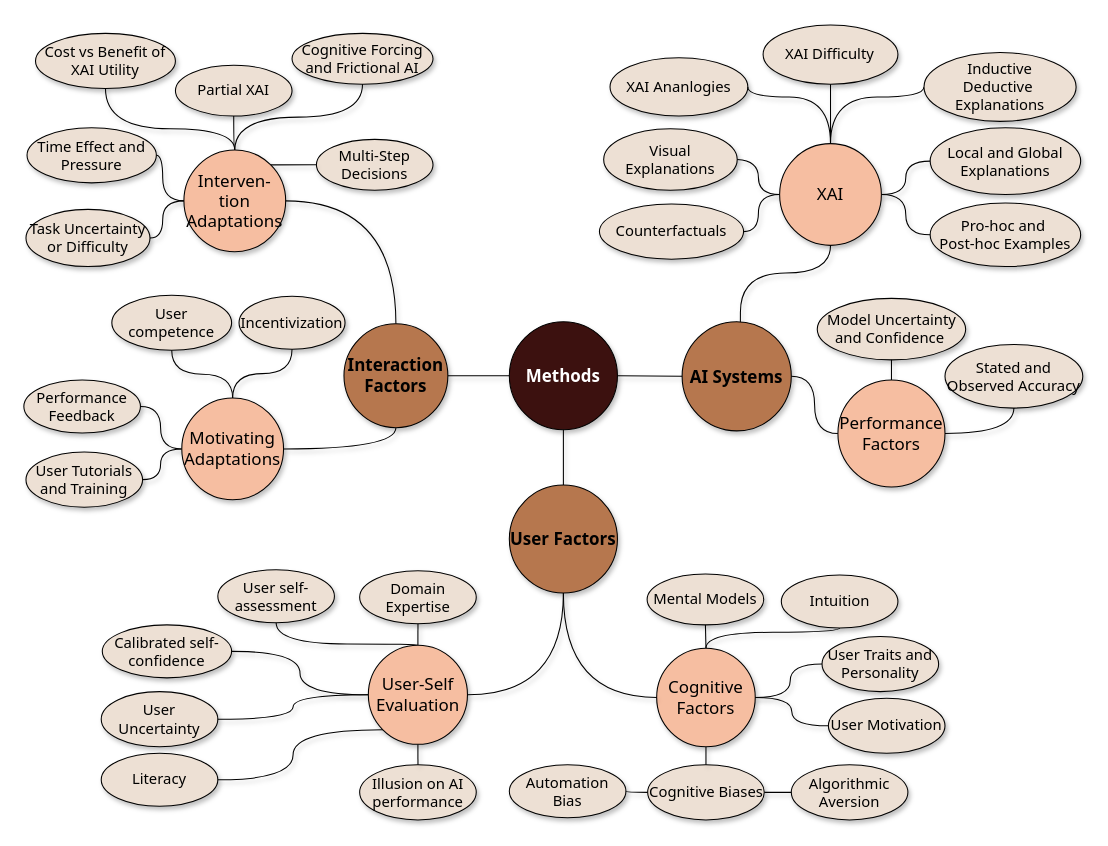
Above: ext/chi-rev-method-overview.drawio in raeeschaudhary/Coursera_Exams (draw.io), before the change. Source tidied: cells renumbered, new cells numbered last; positions are measured from the earlier drawing's top-left corner, leaving out a move shared by most shapes. Both pictures are drawn from the tidied source at 106%, with x=0, y=0 at pixel (23, 24).
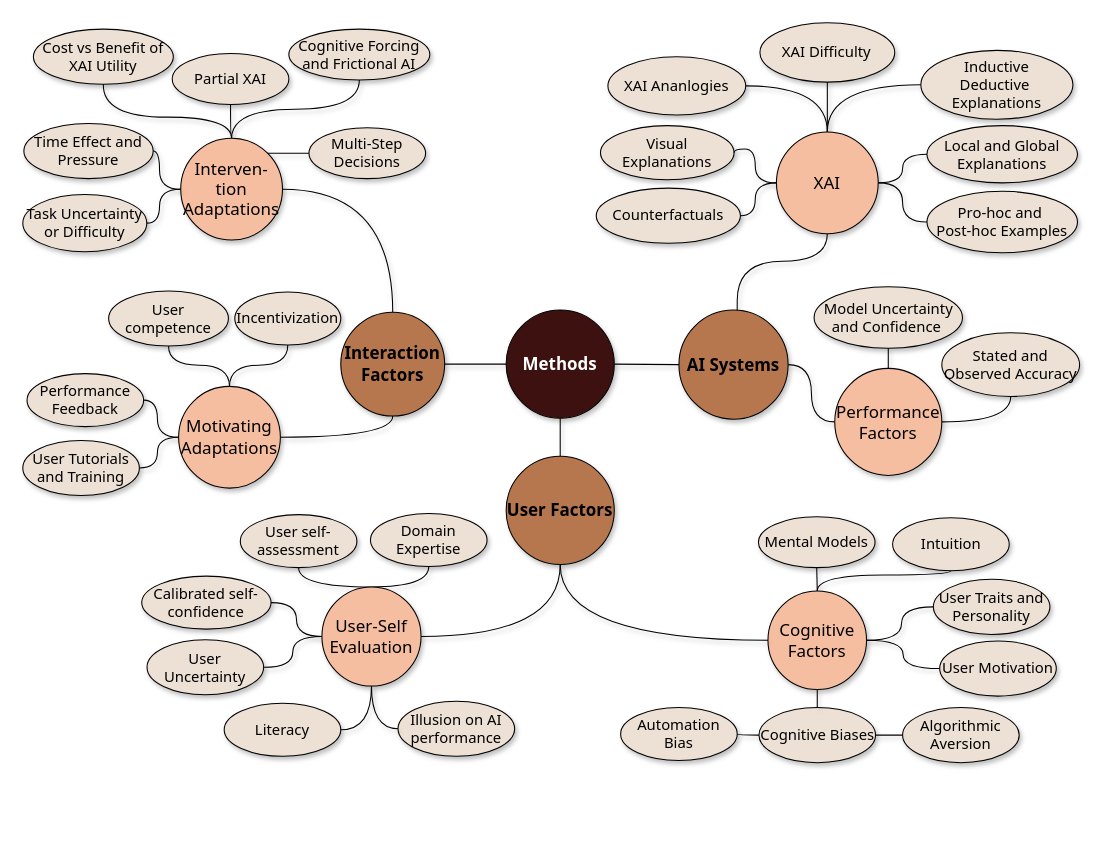
The same page after the edit.

What changed in the source:
```diff
@@
     <mxCell id="2" value="Performance Feedback" style="ellipse;whiteSpace=wrap;html=1;fontFamily=Tahoma;fontSize=14;fillColor=#EDE0D4;shadow=1;" parent="1" vertex="1">
-      <mxGeometry y="335" width="110" height="50" as="geometry" />
+      <mxGeometry x="3" y="329" width="110" height="50" as="geometry" />
     </mxCell>
     <mxCell id="3" value="Incentivization" style="ellipse;whiteSpace=wrap;html=1;fontFamily=Tahoma;fontSize=14;fillColor=#EDE0D4;shadow=1;" parent="1" vertex="1">
-      <mxGeometry x="203" y="256" width="100" height="50" as="geometry" />
+      <mxGeometry x="199" y="252" width="100" height="50" as="geometry" />
     </mxCell>
     <mxCell id="4" value="Local and Global Explanations" style="ellipse;whiteSpace=wrap;html=1;fontFamily=Tahoma;fontSize=14;fillColor=#EDE0D4;shadow=1;" parent="1" vertex="1">
-      <mxGeometry x="855" y="97" width="142" height="63" as="geometry" />
+      <mxGeometry x="852" y="95" width="142" height="54" as="geometry" />
     </mxCell>
     <mxCell id="5" value="Automation Bias" style="ellipse;whiteSpace=wrap;html=1;fontFamily=Tahoma;fontSize=14;fillColor=#EDE0D4;shadow=1;" parent="1" vertex="1">
-      <mxGeometry x="458" y="698" width="110" height="50" as="geometry" />
+      <mxGeometry x="563" y="644" width="110" height="50" as="geometry" />
     </mxCell>
     <mxCell id="6" value="Algorithmic Aversion" style="ellipse;whiteSpace=wrap;html=1;fontFamily=Tahoma;fontSize=14;fillColor=#EDE0D4;shadow=1;" parent="1" vertex="1">
-      <mxGeometry x="724" y="698" width="110" height="52" as="geometry" />
+      <mxGeometry x="829" y="644" width="110" height="52" as="geometry" />
     </mxCell>
     <mxCell id="7" value="Visual&lt;br&gt;&lt;div&gt;Explanations&lt;/div&gt;" style="ellipse;whiteSpace=wrap;html=1;fontFamily=Tahoma;fontSize=14;fillColor=#EDE0D4;shadow=1;" parent="1" vertex="1">
-      <mxGeometry x="547" y="98" width="126" height="58" as="geometry" />
+      <mxGeometry x="544" y="95" width="126" height="51" as="geometry" />
     </mxCell>
     <mxCell id="8" value="Cognitive Forcing and Frictional AI" style="ellipse;whiteSpace=wrap;html=1;fontFamily=Tahoma;fontSize=14;fillColor=#EDE0D4;shadow=1;" parent="1" vertex="1">
-      <mxGeometry x="253" y="8" width="133" height="48" as="geometry" />
+      <mxGeometry x="250" y="4" width="133" height="48" as="geometry" />
     </mxCell>
     <mxCell id="9" value="User Tutorials and Training" style="ellipse;whiteSpace=wrap;html=1;fontFamily=Tahoma;fontSize=14;fillColor=#EDE0D4;shadow=1;" parent="1" vertex="1">
-      <mxGeometry x="2" y="403" width="110" height="52" as="geometry" />
+      <mxGeometry x="-1" y="392" width="110" height="52" as="geometry" />
     </mxCell>
     <mxCell id="10" value="Multi-Step Decisions" style="ellipse;whiteSpace=wrap;html=1;fontFamily=Tahoma;fontSize=14;fillColor=#EDE0D4;shadow=1;" parent="1" vertex="1">
-      <mxGeometry x="276" y="108" width="110" height="48" as="geometry" />
+      <mxGeometry x="269" y="97" width="110" height="48" as="geometry" />
     </mxCell>
     <mxCell id="11" value="Time Effect and Pressure" style="ellipse;whiteSpace=wrap;html=1;fontFamily=Tahoma;fontSize=14;fillColor=#EDE0D4;shadow=1;" parent="1" vertex="1">
-      <mxGeometry x="3" y="97" width="122" height="52" as="geometry" />
+      <mxGeometry y="93" width="122" height="52" as="geometry" />
     </mxCell>
     <mxCell id="12" value="Literacy" style="ellipse;whiteSpace=wrap;html=1;fontFamily=Tahoma;fontSize=14;fillColor=#EDE0D4;shadow=1;" parent="1" vertex="1">
-      <mxGeometry x="73" y="687.2" width="110" height="50" as="geometry" />
+      <mxGeometry x="189" y="640" width="110" height="50" as="geometry" />
     </mxCell>
     <mxCell id="13" value="Domain Expertise" style="ellipse;whiteSpace=wrap;html=1;fontFamily=Tahoma;fontSize=14;fillColor=#EDE0D4;shadow=1;" parent="1" vertex="1">
-      <mxGeometry x="316.8" y="515" width="110" height="50" as="geometry" />
+      <mxGeometry x="327" y="461" width="110" height="50" as="geometry" />
     </mxCell>
@@
     <mxCell id="15" value="Cognitive Biases" style="ellipse;whiteSpace=wrap;html=1;fontFamily=Tahoma;fontSize=14;fillColor=#EDE0D4;shadow=1;" parent="1" vertex="1">
-      <mxGeometry x="588.5" y="698" width="110" height="52" as="geometry" />
+      <mxGeometry x="693.5" y="644" width="110" height="52" as="geometry" />
     </mxCell>
     <mxCell id="16" value="Mental Models" style="ellipse;whiteSpace=wrap;html=1;fontFamily=Tahoma;fontSize=14;fillColor=#EDE0D4;shadow=1;" parent="1" vertex="1">
-      <mxGeometry x="588" y="518" width="110" height="48" as="geometry" />
+      <mxGeometry x="693" y="464" width="110" height="48" as="geometry" />
     </mxCell>
     <mxCell id="17" value="Pro-hoc and&amp;nbsp;&lt;div&gt;Post-hoc Examples&lt;/div&gt;" style="ellipse;whiteSpace=wrap;html=1;fontFamily=Tahoma;fontSize=14;fillColor=#EDE0D4;shadow=1;" parent="1" vertex="1">
-      <mxGeometry x="855" y="168" width="142" height="60" as="geometry" />
+      <mxGeometry x="852" y="157" width="142" height="58" as="geometry" />
     </mxCell>
     <mxCell id="18" value="User Motivation" style="ellipse;whiteSpace=wrap;html=1;fontFamily=Tahoma;fontSize=14;fillColor=#EDE0D4;shadow=1;" parent="1" vertex="1">
-      <mxGeometry x="759" y="635.2" width="110" height="52" as="geometry" />
+      <mxGeometry x="864" y="581.2" width="110" height="52" as="geometry" />
     </mxCell>
     <mxCell id="19" value="Cost vs Benefit of XAI Utility" style="ellipse;whiteSpace=wrap;html=1;fontFamily=Tahoma;fontSize=14;fillColor=#EDE0D4;shadow=1;" parent="1" vertex="1">
-      <mxGeometry x="11" y="8" width="132" height="52" as="geometry" />
+      <mxGeometry x="9" y="4" width="132" height="52" as="geometry" />
     </mxCell>
     <mxCell id="20" value="User competence" style="ellipse;whiteSpace=wrap;html=1;fontFamily=Tahoma;fontSize=14;fillColor=#EDE0D4;shadow=1;" parent="1" vertex="1">
-      <mxGeometry x="83" y="255" width="113" height="52" as="geometry" />
+      <mxGeometry x="80" y="251" width="113" height="52" as="geometry" />
     </mxCell>
     <mxCell id="21" value="User self-assessment" style="ellipse;whiteSpace=wrap;html=1;fontFamily=Tahoma;fontSize=14;fillColor=#EDE0D4;shadow=1;" parent="1" vertex="1">
-      <mxGeometry x="183" y="514" width="110" height="50" as="geometry" />
+      <mxGeometry x="204.2" y="462" width="110" height="50" as="geometry" />
     </mxCell>
     <mxCell id="22" value="Illusion on AI performance" style="ellipse;whiteSpace=wrap;html=1;fontFamily=Tahoma;fontSize=14;fillColor=#EDE0D4;shadow=1;" parent="1" vertex="1">
-      <mxGeometry x="316.8" y="698" width="110" height="52" as="geometry" />
+      <mxGeometry x="353" y="638" width="110" height="52" as="geometry" />
     </mxCell>
     <mxCell id="23" value="Stated and Observed Accuracy" style="ellipse;whiteSpace=wrap;html=1;fontFamily=Tahoma;fontSize=14;fillColor=#EDE0D4;shadow=1;" parent="1" vertex="1">
-      <mxGeometry x="869" y="301.5" width="130" height="60" as="geometry" />
+      <mxGeometry x="866" y="290.5" width="130" height="60" as="geometry" />
     </mxCell>
     <mxCell id="24" value="XAI Ananlogies" style="ellipse;whiteSpace=wrap;html=1;fontFamily=Tahoma;fontSize=14;fillColor=#EDE0D4;shadow=1;" parent="1" vertex="1">
-      <mxGeometry x="553" y="31" width="130" height="55" as="geometry" />
+      <mxGeometry x="551" y="30" width="130" height="55" as="geometry" />
     </mxCell>
     <mxCell id="25" value="Intuition" style="ellipse;whiteSpace=wrap;html=1;fontFamily=Tahoma;fontSize=14;fillColor=#EDE0D4;shadow=1;" parent="1" vertex="1">
-      <mxGeometry x="714.6" y="519" width="110" height="50" as="geometry" />
+      <mxGeometry x="819.6" y="465" width="110" height="50" as="geometry" />
     </mxCell>
     <mxCell id="26" value="Model Uncertainty and Confidence&amp;nbsp;" style="ellipse;whiteSpace=wrap;html=1;fontFamily=Tahoma;fontSize=14;fillColor=#EDE0D4;shadow=1;" parent="1" vertex="1">
-      <mxGeometry x="748.5" y="258" width="140" height="58" as="geometry" />
+      <mxGeometry x="745.5" y="247" width="140" height="58" as="geometry" />
     </mxCell>
     <mxCell id="27" value="User Uncertainty" style="ellipse;whiteSpace=wrap;html=1;fontFamily=Tahoma;fontSize=14;fillColor=#EDE0D4;shadow=1;" parent="1" vertex="1">
-      <mxGeometry x="73" y="629" width="110" height="52" as="geometry" />
+      <mxGeometry x="116.2" y="580" width="110" height="52" as="geometry" />
     </mxCell>
     <mxCell id="28" value="XAI Difficulty" style="ellipse;whiteSpace=wrap;html=1;fontFamily=Tahoma;fontSize=14;fillColor=#EDE0D4;shadow=1;" parent="1" vertex="1">
-      <mxGeometry x="697.4" width="127.2" height="56" as="geometry" />
+      <mxGeometry x="694.4" y="-2" width="127.2" height="56" as="geometry" />
     </mxCell>
     <mxCell id="29" value="Calibrated self-confidence" style="ellipse;whiteSpace=wrap;html=1;fontFamily=Tahoma;fontSize=14;fillColor=#EDE0D4;shadow=1;" parent="1" vertex="1">
-      <mxGeometry x="74" y="566" width="122" height="50" as="geometry" />
+      <mxGeometry x="111.2" y="520" width="122" height="50" as="geometry" />
     </mxCell>
     <mxCell id="30" value="Task Uncertainty or Difficulty" style="ellipse;whiteSpace=wrap;html=1;fontFamily=Tahoma;fontSize=14;fillColor=#EDE0D4;shadow=1;" parent="1" vertex="1">
-      <mxGeometry x="2" y="174" width="117" height="54" as="geometry" />
+      <mxGeometry x="-1" y="160" width="117" height="54" as="geometry" />
     </mxCell>
     <mxCell id="31" value="Partial XAI" style="ellipse;whiteSpace=wrap;html=1;fontFamily=Tahoma;fontSize=14;fillColor=#EDE0D4;shadow=1;" parent="1" vertex="1">
-      <mxGeometry x="143" y="38" width="110" height="48" as="geometry" />
+      <mxGeometry x="140" y="27" width="110" height="48" as="geometry" />
     </mxCell>
     <mxCell id="32" value="User Traits and Personality" style="ellipse;whiteSpace=wrap;html=1;fontFamily=Tahoma;fontSize=14;fillColor=#EDE0D4;shadow=1;" parent="1" vertex="1">
-      <mxGeometry x="753" y="577" width="110" height="52" as="geometry" />
+      <mxGeometry x="858" y="523" width="110" height="52" as="geometry" />
     </mxCell>
@@
     <mxCell id="34" style="edgeStyle=orthogonalEdgeStyle;shape=connector;curved=1;rounded=0;jettySize=auto;html=1;exitX=0.5;exitY=0;exitDx=0;exitDy=0;strokeColor=default;align=center;verticalAlign=middle;fontFamily=Helvetica;fontSize=11;fontColor=default;labelBackgroundColor=default;endArrow=none;endFill=0;shadow=1;fillColor=#EDE0D4;entryX=0.5;entryY=1;entryDx=0;entryDy=0;" parent="1" edge="1" source="35" target="81">
       <mxGeometry relative="1" as="geometry">
         <Array as="points">
-          <mxPoint x="673" y="308" />
-          <mxPoint x="676" y="308" />
-          <mxPoint x="676" y="234" />
-          <mxPoint x="761" y="234" />
+          <mxPoint x="670" y="297" />
+          <mxPoint x="673" y="297" />
+          <mxPoint x="673" y="223" />
+          <mxPoint x="758" y="223" />
         </Array>
       </mxGeometry>
     </mxCell>
     <mxCell id="35" value="AI Systems" style="ellipse;whiteSpace=wrap;html=1;fontFamily=Tahoma;fontSize=16;fontStyle=1;fillColor=light-dark(#B6774E,#B9E0A5);strokeColor=light-dark(#000000,#588157);shadow=1;" parent="1" vertex="1">
-      <mxGeometry x="621" y="280" width="103" height="103" as="geometry" />
+      <mxGeometry x="618" y="269" width="103" height="103" as="geometry" />
     </mxCell>
@@
     <mxCell id="38" style="edgeStyle=orthogonalEdgeStyle;shape=connector;curved=1;rounded=0;jettySize=auto;html=1;exitX=0;exitY=0.5;exitDx=0;exitDy=0;strokeColor=default;align=center;verticalAlign=middle;fontFamily=Helvetica;fontSize=11;fontColor=default;labelBackgroundColor=default;endArrow=none;endFill=0;shadow=1;entryX=0.5;entryY=0;entryDx=0;entryDy=0;fillColor=#EDE0D4;" parent="1" edge="1" source="39" target="81">
       <mxGeometry relative="1" as="geometry">
         <Array as="points">
-          <mxPoint x="849" y="68" />
-          <mxPoint x="761" y="68" />
+          <mxPoint x="846" y="57" />
+          <mxPoint x="758" y="57" />
         </Array>
       </mxGeometry>
     </mxCell>
     <mxCell id="39" value="Inductive&lt;div&gt;Deductive&amp;nbsp;&lt;/div&gt;&lt;span style=&quot;background-color: transparent; color: light-dark(rgb(0, 0, 0), rgb(255, 255, 255));&quot;&gt;Explanations&lt;/span&gt;" style="ellipse;whiteSpace=wrap;html=1;fontFamily=Tahoma;fontSize=14;fillColor=#EDE0D4;shadow=1;" parent="1" vertex="1">
-      <mxGeometry x="849.2" y="26" width="143.5" height="65" as="geometry" />
+      <mxGeometry x="846.2" y="24" width="143.5" height="65" as="geometry" />
     </mxCell>
     <mxCell id="40" value="Counterfactuals" style="ellipse;whiteSpace=wrap;html=1;fontFamily=Tahoma;fontSize=14;fillColor=#EDE0D4;shadow=1;" parent="1" vertex="1">
-      <mxGeometry x="543" y="169" width="136" height="52" as="geometry" />
+      <mxGeometry x="540" y="154" width="136" height="52" as="geometry" />
     </mxCell>
@@
     <mxCell id="43" style="edgeStyle=orthogonalEdgeStyle;shape=connector;curved=1;rounded=0;jettySize=auto;html=1;exitX=0.5;exitY=0;exitDx=0;exitDy=0;entryX=0.5;entryY=1;entryDx=0;entryDy=0;strokeColor=default;align=center;verticalAlign=middle;fontFamily=Helvetica;fontSize=11;fontColor=default;labelBackgroundColor=default;endArrow=none;endFill=0;shadow=1;fillColor=#EDE0D4;" parent="1" edge="1" source="45" target="25">
       <mxGeometry relative="1" as="geometry">
         <Array as="points">
-          <mxPoint x="644" y="573" />
-          <mxPoint x="770" y="573" />
+          <mxPoint x="749" y="519" />
+          <mxPoint x="875" y="519" />
         </Array>
       </mxGeometry>
     </mxCell>
@@
     <mxCell id="45" value="Cognitive Factors" style="ellipse;whiteSpace=wrap;html=1;fontFamily=Tahoma;fontSize=16;fillColor=light-dark(#F6BEA1,#A3B18A);shadow=1;" parent="1" vertex="1">
-      <mxGeometry x="597" y="588" width="93" height="93" as="geometry" />
+      <mxGeometry x="702" y="534" width="93" height="93" as="geometry" />
     </mxCell>
     <mxCell id="46" style="edgeStyle=orthogonalEdgeStyle;shape=connector;curved=1;rounded=0;jettySize=auto;html=1;exitX=0.5;exitY=0;exitDx=0;exitDy=0;entryX=0.5;entryY=1;entryDx=0;entryDy=0;strokeColor=default;align=center;verticalAlign=middle;fontFamily=Helvetica;fontSize=11;fontColor=default;labelBackgroundColor=default;endArrow=none;endFill=0;shadow=1;fillColor=#EDE0D4;" parent="1" edge="1" source="52" target="21">
       <mxGeometry relative="1" as="geometry">
         <Array as="points">
-          <mxPoint x="372" y="584" />
-          <mxPoint x="238" y="584" />
+          <mxPoint x="260" y="530" />
         </Array>
       </mxGeometry>
     </mxCell>
@@
     <mxCell id="49" style="edgeStyle=orthogonalEdgeStyle;shape=connector;curved=1;rounded=0;jettySize=auto;html=1;exitX=0.5;exitY=0;exitDx=0;exitDy=0;entryX=0.5;entryY=1;entryDx=0;entryDy=0;strokeColor=default;align=center;verticalAlign=middle;fontFamily=Helvetica;fontSize=11;fontColor=default;labelBackgroundColor=default;endArrow=none;endFill=0;shadow=1;fillColor=#EDE0D4;" parent="1" edge="1" source="52" target="13">
-      <mxGeometry relative="1" as="geometry" />
+      <mxGeometry relative="1" as="geometry">
+        <Array as="points">
+          <mxPoint x="382" y="530" />
+        </Array>
+      </mxGeometry>
     </mxCell>
-    <mxCell id="50" style="edgeStyle=orthogonalEdgeStyle;shape=connector;curved=1;rounded=0;jettySize=auto;html=1;exitX=0.5;exitY=1;exitDx=0;exitDy=0;entryX=0.5;entryY=0;entryDx=0;entryDy=0;strokeColor=default;align=center;verticalAlign=middle;fontFamily=Helvetica;fontSize=11;fontColor=default;labelBackgroundColor=default;endArrow=none;endFill=0;shadow=1;fillColor=#EDE0D4;" parent="1" edge="1" source="52" target="22">
+    <mxCell id="50" style="edgeStyle=orthogonalEdgeStyle;shape=connector;curved=1;rounded=0;jettySize=auto;html=1;exitX=0.5;exitY=1;exitDx=0;exitDy=0;entryX=0;entryY=0.5;entryDx=0;entryDy=0;strokeColor=default;align=center;verticalAlign=middle;fontFamily=Helvetica;fontSize=11;fontColor=default;labelBackgroundColor=default;endArrow=none;endFill=0;shadow=1;fillColor=#EDE0D4;" parent="1" edge="1" source="52" target="22">
       <mxGeometry relative="1" as="geometry" />
     </mxCell>
-    <mxCell id="51" style="edgeStyle=orthogonalEdgeStyle;shape=connector;curved=1;rounded=0;jettySize=auto;html=1;exitX=0;exitY=1;exitDx=0;exitDy=0;entryX=1;entryY=0.5;entryDx=0;entryDy=0;strokeColor=default;align=center;verticalAlign=middle;fontFamily=Helvetica;fontSize=11;fontColor=default;labelBackgroundColor=default;endArrow=none;endFill=0;shadow=1;fillColor=#EDE0D4;" parent="1" edge="1" source="52" target="12">
-      <mxGeometry relative="1" as="geometry" />
-    </mxCell>
     <mxCell id="52" value="User-Self Evaluation" style="ellipse;whiteSpace=wrap;html=1;fontFamily=Tahoma;fontSize=16;fillColor=light-dark(#F6BEA1,#A3B18A);shadow=1;" parent="1" vertex="1">
-      <mxGeometry x="325" y="585.2" width="93.5" height="93.5" as="geometry" />
+      <mxGeometry x="281.2" y="530.2" width="93.5" height="93.5" as="geometry" />
     </mxCell>
@@
     <mxCell id="57" value="Motivating Adaptations" style="ellipse;whiteSpace=wrap;html=1;fontFamily=Tahoma;fontSize=16;fillColor=#F6BEA1;shadow=1;" parent="1" vertex="1">
-      <mxGeometry x="149" y="352" width="96" height="96" as="geometry" />
+      <mxGeometry x="146" y="341" width="96" height="96" as="geometry" />
     </mxCell>
@@
     <mxCell id="61" style="edgeStyle=orthogonalEdgeStyle;shape=connector;curved=1;rounded=0;jettySize=auto;html=1;exitX=0.5;exitY=0;exitDx=0;exitDy=0;entryX=0.5;entryY=1;entryDx=0;entryDy=0;strokeColor=default;align=center;verticalAlign=middle;fontFamily=Helvetica;fontSize=11;fontColor=default;labelBackgroundColor=default;endArrow=none;endFill=0;shadow=1;fillColor=#EDE0D4;" parent="1" edge="1" source="62" target="19">
       <mxGeometry relative="1" as="geometry">
         <Array as="points">
-          <mxPoint x="199" y="98" />
-          <mxPoint x="77" y="98" />
+          <mxPoint x="196" y="87" />
+          <mxPoint x="74" y="87" />
         </Array>
       </mxGeometry>
     </mxCell>
     <mxCell id="62" value="Interven-&lt;div&gt;tion Adaptations&lt;/div&gt;" style="ellipse;whiteSpace=wrap;html=1;fontFamily=Tahoma;fontSize=16;fillColor=light-dark(#F6BEA1,#A3B18A);shadow=1;" parent="1" vertex="1">
-      <mxGeometry x="151" y="118" width="96" height="96" as="geometry" />
+      <mxGeometry x="148" y="107" width="96" height="96" as="geometry" />
     </mxCell>
@@
     <mxCell id="67" value="Methods" style="ellipse;whiteSpace=wrap;html=1;fontFamily=Tahoma;fontSize=16;fontStyle=1;shadow=1;fillColor=#3C110F;fontColor=light-dark(#ffffff, #ededed);" parent="1" vertex="1">
-      <mxGeometry x="458" y="280" width="102" height="102" as="geometry" />
+      <mxGeometry x="455" y="269" width="102" height="102" as="geometry" />
     </mxCell>
@@
     <mxCell id="69" value="User Factors" style="ellipse;whiteSpace=wrap;html=1;fontFamily=Tahoma;fontSize=16;fontStyle=1;fillColor=#B6774E;shadow=1;" parent="1" vertex="1">
-      <mxGeometry x="458" y="434" width="102" height="102" as="geometry" />
+      <mxGeometry x="455" y="407" width="102" height="102" as="geometry" />
     </mxCell>
@@
     <mxCell id="73" value="Interaction Factors" style="ellipse;whiteSpace=wrap;html=1;fontFamily=Tahoma;fontSize=16;fontStyle=1;fillColor=#B6774E;shadow=1;" parent="1" vertex="1">
-      <mxGeometry x="302" y="282" width="98" height="98" as="geometry" />
+      <mxGeometry x="299" y="271" width="98" height="98" as="geometry" />
     </mxCell>
@@
     <mxCell id="76" value="Performance Factors" style="ellipse;whiteSpace=wrap;html=1;fontFamily=Tahoma;fontSize=16;fillColor=light-dark(#F6BEA1,#A3B18A);shadow=1;" parent="1" vertex="1">
-      <mxGeometry x="768" y="335" width="101" height="101" as="geometry" />
+      <mxGeometry x="765" y="324" width="101" height="101" as="geometry" />
     </mxCell>
@@
     <mxCell id="79" style="edgeStyle=orthogonalEdgeStyle;shape=connector;curved=1;rounded=0;jettySize=auto;html=1;exitX=0.5;exitY=0;exitDx=0;exitDy=0;strokeColor=default;align=center;verticalAlign=middle;fontFamily=Helvetica;fontSize=11;fontColor=default;labelBackgroundColor=default;endArrow=none;endFill=0;shadow=1;fillColor=#EDE0D4;entryX=1;entryY=0.5;entryDx=0;entryDy=0;" parent="1" edge="1" source="81" target="24">
       <mxGeometry relative="1" as="geometry">
         <Array as="points">
-          <mxPoint x="761" y="68" />
-          <mxPoint x="683" y="68" />
+          <mxPoint x="758" y="57" />
+          <mxPoint x="680" y="57" />
         </Array>
       </mxGeometry>
     </mxCell>
     <mxCell id="80" style="edgeStyle=orthogonalEdgeStyle;shape=connector;curved=1;rounded=0;jettySize=auto;html=1;exitX=0;exitY=0.5;exitDx=0;exitDy=0;entryX=1;entryY=0.5;entryDx=0;entryDy=0;strokeColor=default;align=center;verticalAlign=middle;fontFamily=Helvetica;fontSize=11;fontColor=default;labelBackgroundColor=default;endArrow=none;endFill=0;shadow=1;fillColor=#EDE0D4;" parent="1" edge="1" source="81" target="7">
       <mxGeometry relative="1" as="geometry">
         <Array as="points">
-          <mxPoint x="693" y="160" />
-          <mxPoint x="693" y="128" />
+          <mxPoint x="690" y="149" />
+          <mxPoint x="690" y="117" />
         </Array>
       </mxGeometry>
     </mxCell>
     <mxCell id="81" value="XAI" style="ellipse;whiteSpace=wrap;html=1;fontFamily=Tahoma;fontSize=16;fillColor=light-dark(#F6BEA1,#A3B18A);shadow=1;" parent="1" vertex="1">
-      <mxGeometry x="713" y="112" width="96" height="96" as="geometry" />
+      <mxGeometry x="710" y="101" width="96" height="96" as="geometry" />
     </mxCell>
@@
     <mxCell id="84" style="edgeStyle=orthogonalEdgeStyle;shape=connector;curved=1;rounded=0;jettySize=auto;html=1;exitX=1;exitY=0.5;exitDx=0;exitDy=0;entryX=0;entryY=0.5;entryDx=0;entryDy=0;strokeColor=default;align=center;verticalAlign=middle;fontFamily=Helvetica;fontSize=11;fontColor=default;labelBackgroundColor=default;endArrow=none;endFill=0;shadow=1;fillColor=#EDE0D4;" parent="1" edge="1" source="45" target="32">
       <mxGeometry relative="1" as="geometry">
         <Array as="points">
-          <mxPoint x="723" y="635" />
-          <mxPoint x="723" y="603" />
+          <mxPoint x="828" y="581" />
+          <mxPoint x="828" y="549" />
         </Array>
       </mxGeometry>
     </mxCell>
+    <mxCell id="85" style="edgeStyle=orthogonalEdgeStyle;shape=connector;curved=1;rounded=0;jettySize=auto;html=1;entryX=0.5;entryY=1;entryDx=0;entryDy=0;strokeColor=default;align=center;verticalAlign=middle;fontFamily=Helvetica;fontSize=11;fontColor=default;labelBackgroundColor=default;endArrow=none;endFill=0;shadow=1;fillColor=#EDE0D4;exitX=1;exitY=0.5;exitDx=0;exitDy=0;" parent="1" edge="1" source="12" target="52">
+      <mxGeometry relative="1" as="geometry" />
+    </mxCell>
```
